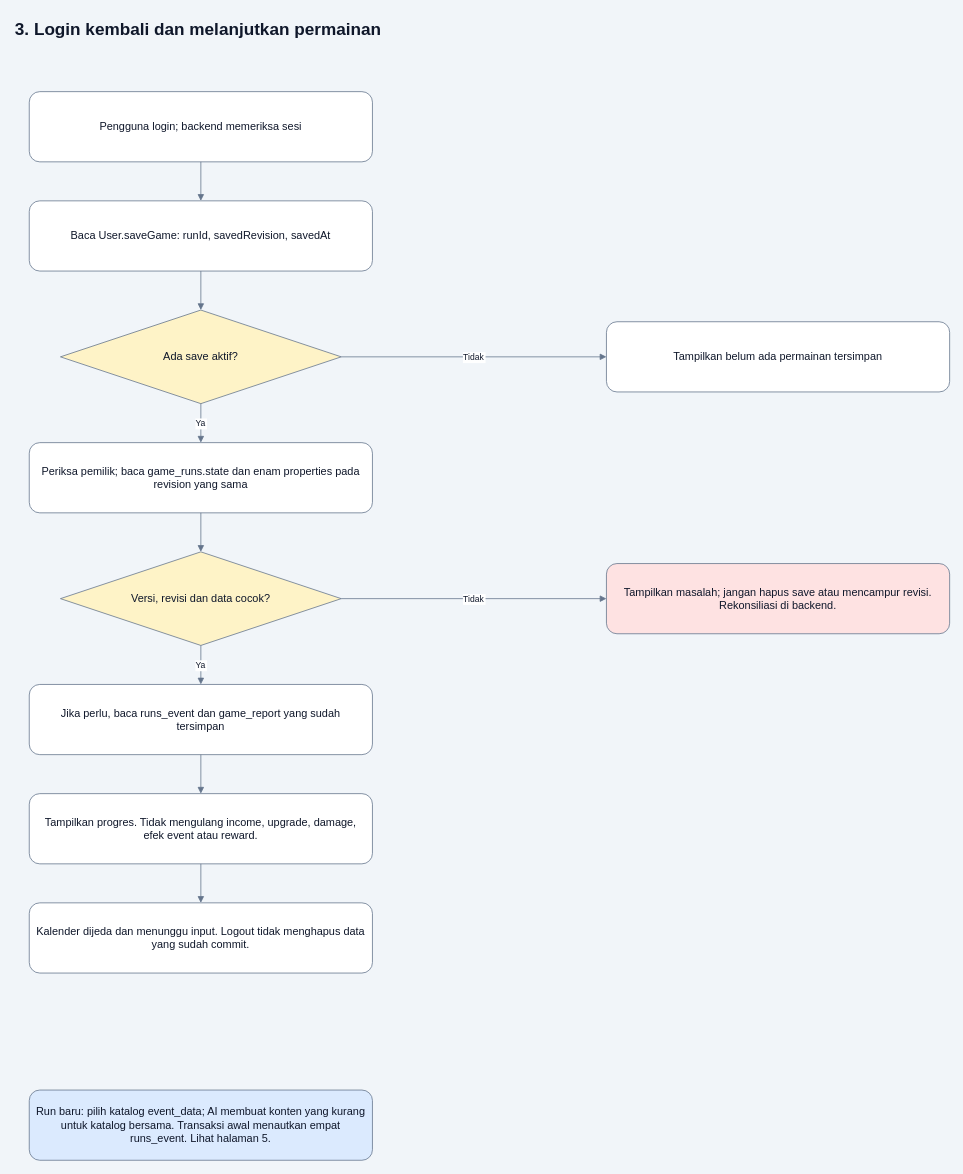
Earlier version of the draw.io diagram page "3. Login kembali dan melanjutkan permainan" (3 of 6) of docs/database/database_flow.drawio (Three-Musketeers-Hacktiv/Final-Project). Source tidied: cells renumbered, new cells numbered last; positions are measured from the earlier drawing's top-left corner, leaving out a move shared by most shapes. Both pictures are drawn from the tidied source at 78%, with x=0, y=0 at pixel (13, 13).
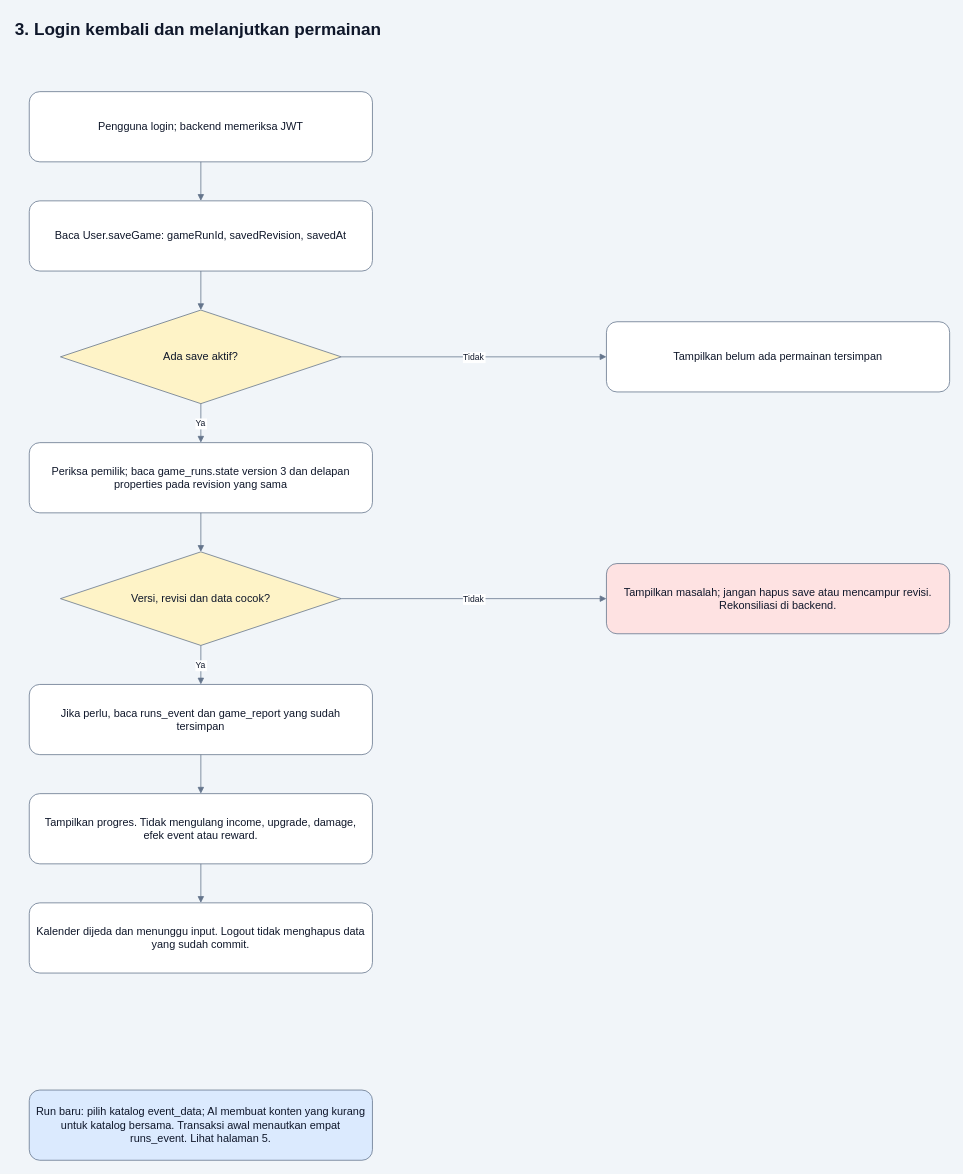
Above is the later version.

Diff of the diagram source:
```diff
@@
-    <mxCell id="3" value="Pengguna login; backend memeriksa sesi" style="rounded=1;whiteSpace=wrap;html=0;fillColor=#ffffff;strokeColor=#64748b;fontColor=#0f172a;fontSize=14;spacing=10;" parent="1" vertex="1">
+    <mxCell id="3" value="Pengguna login; backend memeriksa JWT" style="rounded=1;whiteSpace=wrap;html=0;fillColor=#ffffff;strokeColor=#64748b;fontColor=#0f172a;fontSize=14;spacing=10;" parent="1" vertex="1">
       <mxGeometry x="20" y="100" width="440" height="90" as="geometry" />
     </mxCell>
-    <mxCell id="4" value="Baca User.saveGame: runId, savedRevision, savedAt" style="rounded=1;whiteSpace=wrap;html=0;fillColor=#ffffff;strokeColor=#64748b;fontColor=#0f172a;fontSize=14;spacing=10;" parent="1" vertex="1">
+    <mxCell id="4" value="Baca User.saveGame: gameRunId, savedRevision, savedAt" style="rounded=1;whiteSpace=wrap;html=0;fillColor=#ffffff;strokeColor=#64748b;fontColor=#0f172a;fontSize=14;spacing=10;" parent="1" vertex="1">
       <mxGeometry x="20" y="240" width="440" height="90" as="geometry" />
     </mxCell>
@@
-    <mxCell id="7" value="Periksa pemilik; baca game_runs.state dan enam properties pada revision yang sama" style="rounded=1;whiteSpace=wrap;html=0;fillColor=#ffffff;strokeColor=#64748b;fontColor=#0f172a;fontSize=14;spacing=10;" parent="1" vertex="1">
+    <mxCell id="7" value="Periksa pemilik; baca game_runs.state version 3 dan delapan properties pada revision yang sama" style="rounded=1;whiteSpace=wrap;html=0;fillColor=#ffffff;strokeColor=#64748b;fontColor=#0f172a;fontSize=14;spacing=10;" parent="1" vertex="1">
       <mxGeometry x="20" y="550" width="440" height="90" as="geometry" />
     </mxCell>
```
